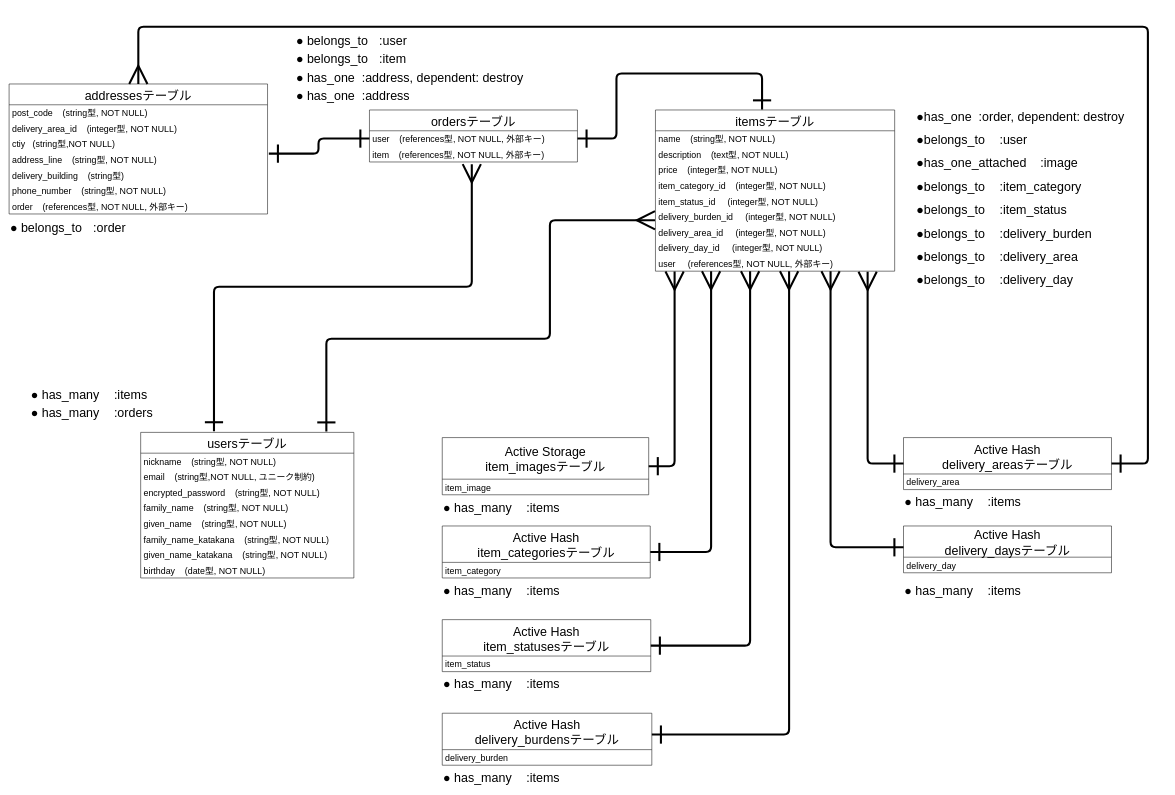
This is 相関図.dio from torako-san/furima-37647, a draw.io file, before an edit. Source tidied: cells renumbered, new cells numbered last; positions are measured from the earlier drawing's top-left corner, leaving out a move shared by most shapes. Both pictures are drawn from the tidied source at 52%, with x=0, y=0 at pixel (9, 27).
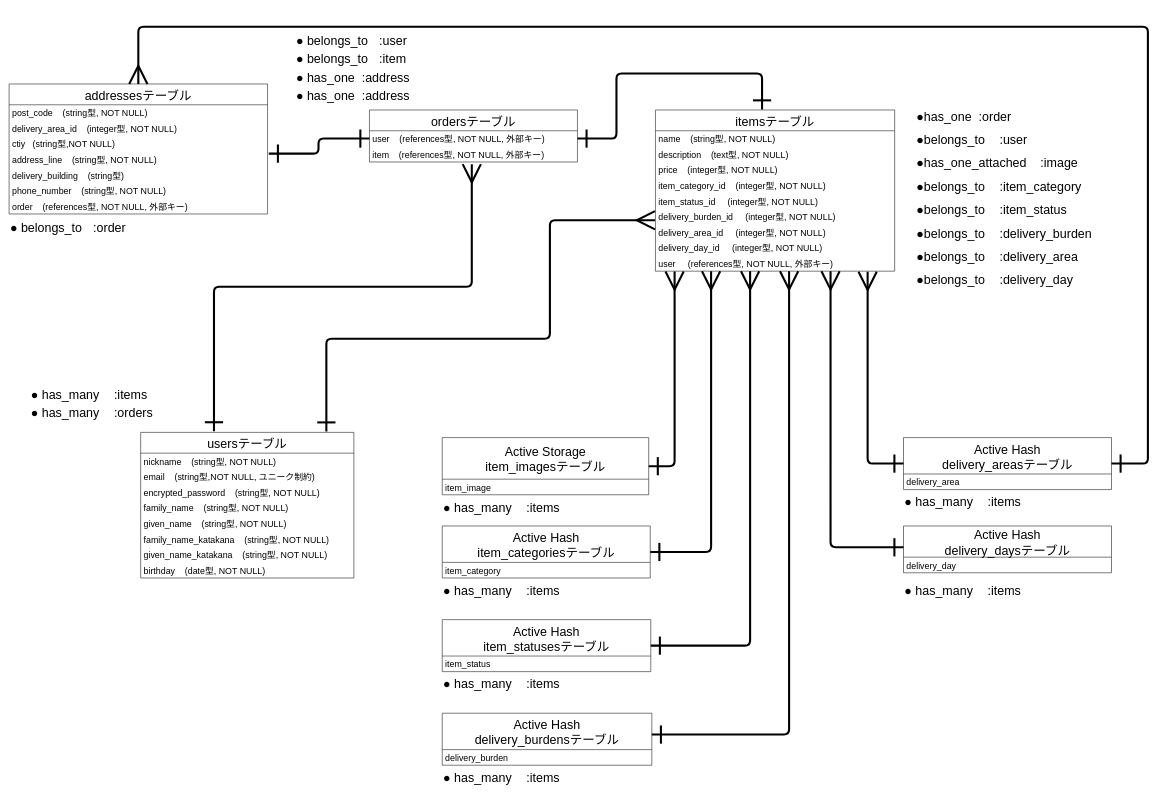
The same page after the edit.

Commit message (it also covers changes not shown here):
READMEと相関図から実装方針にない削除機能の記述を削除

The change refers to these unchanged cells:
```xml
<mxCell id="50" style="group;" parent="1" vertex="1">
  <mxGeometry x="1743" y="150" width="447" height="360" as="geometry" />
</mxCell>
```

The edit, as a diff of the source:
```diff
@@
-    <mxCell id="52" value="●has_one&amp;nbsp; :order, dependent: destroy" style="text;html=1;strokeColor=none;fillColor=none;align=left;verticalAlign=middle;whiteSpace=wrap;rounded=0;fontSize=24;" parent="50" vertex="1">
+    <mxCell id="52" value="●has_one&amp;nbsp; :order" style="text;html=1;strokeColor=none;fillColor=none;align=left;verticalAlign=middle;whiteSpace=wrap;rounded=0;fontSize=24;" parent="50" vertex="1">
       <mxGeometry width="447" height="45" as="geometry" />
     </mxCell>
@@
-    <mxCell id="72" value="● has_one&amp;nbsp; :address, dependent: destroy" style="text;html=1;strokeColor=none;fillColor=none;align=left;verticalAlign=middle;whiteSpace=wrap;rounded=0;fontSize=24;" parent="1" vertex="1">
+    <mxCell id="72" value="● has_one&amp;nbsp; :address" style="text;html=1;strokeColor=none;fillColor=none;align=left;verticalAlign=middle;whiteSpace=wrap;rounded=0;fontSize=24;" parent="1" vertex="1">
       <mxGeometry x="550" y="80" width="660" height="35" as="geometry" />
     </mxCell>
```
